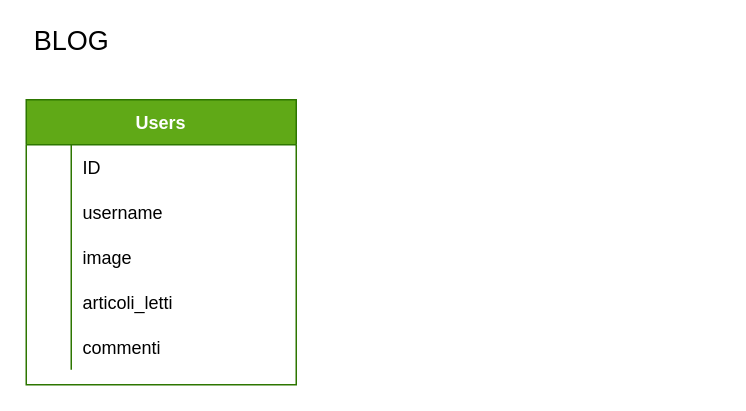
The draw.io diagram diagram.drawio in lorismatteri/php-oop-2, before the edit. Source tidied: cells renumbered, new cells numbered last; positions are measured from the earlier drawing's top-left corner, leaving out a move shared by most shapes. Both pictures are drawn from the tidied source at 150%, with x=0, y=0 at pixel (26, 30).
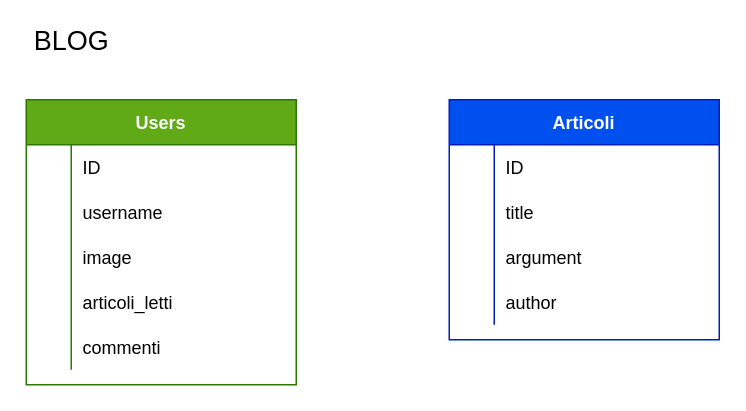
The same page after the edit.

Commit message (it also covers changes not shown here):
Class articoli

The edit, as a diff of the source:
```diff
@@
+    <mxCell id="19" value="Articoli" style="shape=table;startSize=30;childLayout=tableLayout;rowLines=0;fontStyle=1;align=center;strokeColor=#001DBC;fillColor=#0050ef;fontColor=#ffffff;" parent="1" vertex="1">
+      <mxGeometry x="282" y="46" width="180" height="160" as="geometry" />
+    </mxCell>
+    <mxCell id="20" style="shape=partialRectangle;fillColor=none;top=0;left=0;bottom=0;right=0;" parent="19" vertex="1">
+      <mxGeometry y="30" width="180" height="30" as="geometry" />
+    </mxCell>
+    <mxCell id="21" style="shape=partialRectangle;fillColor=none;top=0;left=0;bottom=0;right=0;overflow=hidden;" parent="20" vertex="1">
+      <mxGeometry width="30" height="30" as="geometry" />
+    </mxCell>
+    <mxCell id="22" value="ID" style="shape=partialRectangle;fillColor=none;top=0;left=0;bottom=0;right=0;align=left;spacingLeft=6;overflow=hidden;fontColor=#000000;" parent="20" vertex="1">
+      <mxGeometry x="30" width="150" height="30" as="geometry" />
+    </mxCell>
+    <mxCell id="23" style="shape=partialRectangle;fillColor=none;top=0;left=0;bottom=0;right=0;" parent="19" vertex="1">
+      <mxGeometry y="60" width="180" height="30" as="geometry" />
+    </mxCell>
+    <mxCell id="24" style="shape=partialRectangle;fillColor=none;top=0;left=0;bottom=0;right=0;overflow=hidden;" parent="23" vertex="1">
+      <mxGeometry width="30" height="30" as="geometry" />
+    </mxCell>
+    <mxCell id="25" value="title" style="shape=partialRectangle;fillColor=none;top=0;left=0;bottom=0;right=0;align=left;spacingLeft=6;overflow=hidden;fontColor=#000000;" parent="23" vertex="1">
+      <mxGeometry x="30" width="150" height="30" as="geometry" />
+    </mxCell>
+    <mxCell id="26" style="shape=partialRectangle;fillColor=none;top=0;left=0;bottom=0;right=0;" parent="19" vertex="1">
+      <mxGeometry y="90" width="180" height="30" as="geometry" />
+    </mxCell>
+    <mxCell id="27" style="shape=partialRectangle;fillColor=none;top=0;left=0;bottom=0;right=0;overflow=hidden;" parent="26" vertex="1">
+      <mxGeometry width="30" height="30" as="geometry" />
+    </mxCell>
+    <mxCell id="28" value="argument" style="shape=partialRectangle;fillColor=none;top=0;left=0;bottom=0;right=0;align=left;spacingLeft=6;overflow=hidden;fontColor=#000000;" parent="26" vertex="1">
+      <mxGeometry x="30" width="150" height="30" as="geometry" />
+    </mxCell>
+    <mxCell id="29" style="shape=partialRectangle;fillColor=none;top=0;left=0;bottom=0;right=0;" parent="19" vertex="1">
+      <mxGeometry y="120" width="180" height="30" as="geometry" />
+    </mxCell>
+    <mxCell id="30" style="shape=partialRectangle;fillColor=none;top=0;left=0;bottom=0;right=0;overflow=hidden;" parent="29" vertex="1">
+      <mxGeometry width="30" height="30" as="geometry" />
+    </mxCell>
+    <mxCell id="31" value="author" style="shape=partialRectangle;fillColor=none;top=0;left=0;bottom=0;right=0;align=left;spacingLeft=6;overflow=hidden;fontColor=#000000;" parent="29" vertex="1">
+      <mxGeometry x="30" width="150" height="30" as="geometry" />
+    </mxCell>
```
